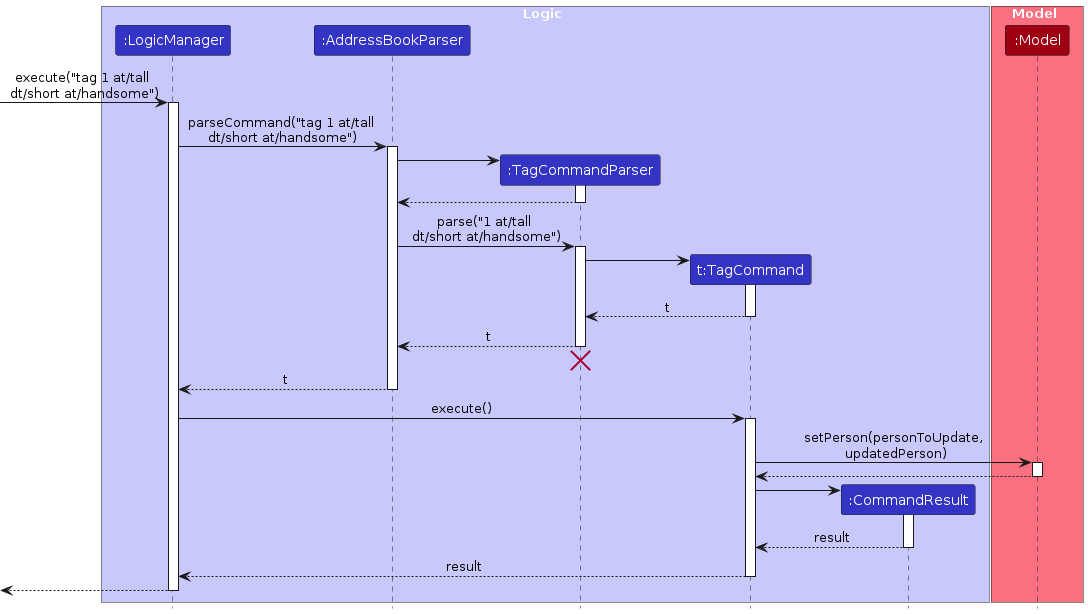
Above: diagrams/tag-feature/TagSequenceDiagram.png in yucongkoo/tp (PlantUML), before the change. Its source is kept beside it as diagrams/tag-feature/TagSequenceDiagram.puml. Source of this version:
```plantuml
@startuml
!include ../style.puml
skinparam ArrowFontStyle plain

box Logic LOGIC_COLOR_T1
participant ":LogicManager" as LogicManager LOGIC_COLOR
participant ":AddressBookParser" as AddressBookParser LOGIC_COLOR
participant ":TagCommandParser" as TagCommandParser LOGIC_COLOR
participant "t:TagCommand" as TagCommand LOGIC_COLOR
participant ":CommandResult" as CommandResult LOGIC_COLOR
end box

box Model MODEL_COLOR_T1
participant ":Model" as Model MODEL_COLOR
end box

[-> LogicManager : execute("tag 1 at/tall \ndt/short at/handsome")
activate LogicManager

LogicManager -> AddressBookParser : parseCommand("tag 1 at/tall \ndt/short at/handsome")
activate AddressBookParser

create TagCommandParser
AddressBookParser -> TagCommandParser
activate TagCommandParser

TagCommandParser --> AddressBookParser
deactivate TagCommandParser

AddressBookParser -> TagCommandParser : parse("1 at/tall \ndt/short at/handsome")
activate TagCommandParser

create TagCommand
TagCommandParser -> TagCommand
activate TagCommand

TagCommand --> TagCommandParser : t
deactivate TagCommand

TagCommandParser --> AddressBookParser : t
deactivate TagCommandParser
TagCommandParser -[hidden]-> AddressBookParser
destroy TagCommandParser

AddressBookParser --> LogicManager : t
deactivate AddressBookParser

LogicManager -> TagCommand : execute()
activate TagCommand

TagCommand -> Model : setPerson(personToUpdate,\n updatedPerson)
activate Model

Model --> TagCommand
deactivate Model

create CommandResult
TagCommand -> CommandResult
activate CommandResult

CommandResult --> TagCommand : result
deactivate CommandResult

TagCommand --> LogicManager : result
deactivate TagCommand

[<--LogicManager
deactivate LogicManager
@enduml
```
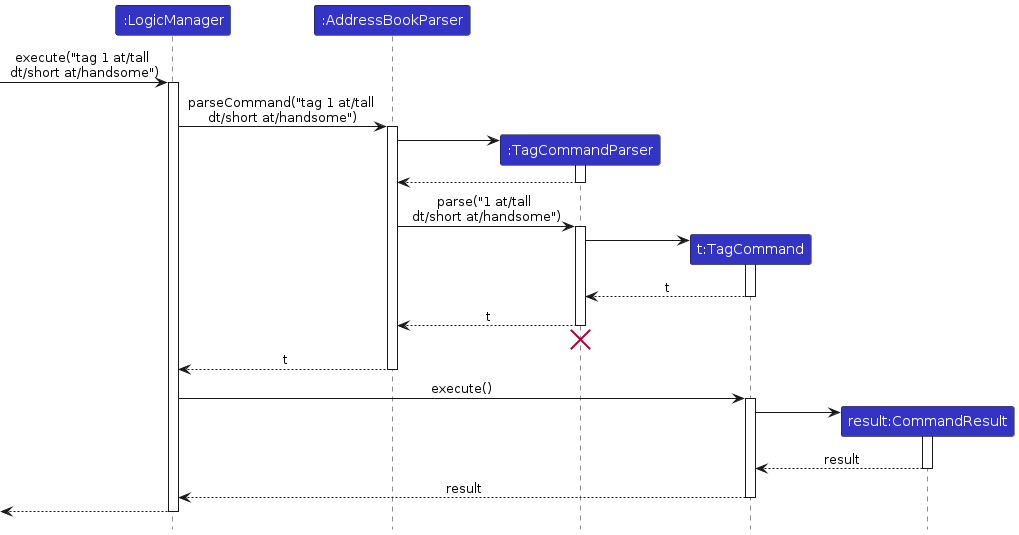
The same file after the commit.

What changed in the source:
```diff
@@ -2,17 +2,11 @@
 !include ../style.puml
 skinparam ArrowFontStyle plain
 
-box Logic LOGIC_COLOR_T1
 participant ":LogicManager" as LogicManager LOGIC_COLOR
 participant ":AddressBookParser" as AddressBookParser LOGIC_COLOR
 participant ":TagCommandParser" as TagCommandParser LOGIC_COLOR
 participant "t:TagCommand" as TagCommand LOGIC_COLOR
-participant ":CommandResult" as CommandResult LOGIC_COLOR
-end box
-
-box Model MODEL_COLOR_T1
-participant ":Model" as Model MODEL_COLOR
-end box
+participant "result:CommandResult" as CommandResult LOGIC_COLOR
 
 [-> LogicManager : execute("tag 1 at/tall \ndt/short at/handsome")
 activate LogicManager
@@ -48,11 +42,6 @@
 LogicManager -> TagCommand : execute()
 activate TagCommand
 
-TagCommand -> Model : setPerson(personToUpdate,\n updatedPerson)
-activate Model
-
-Model --> TagCommand
-deactivate Model
 
 create CommandResult
 TagCommand -> CommandResult
```
